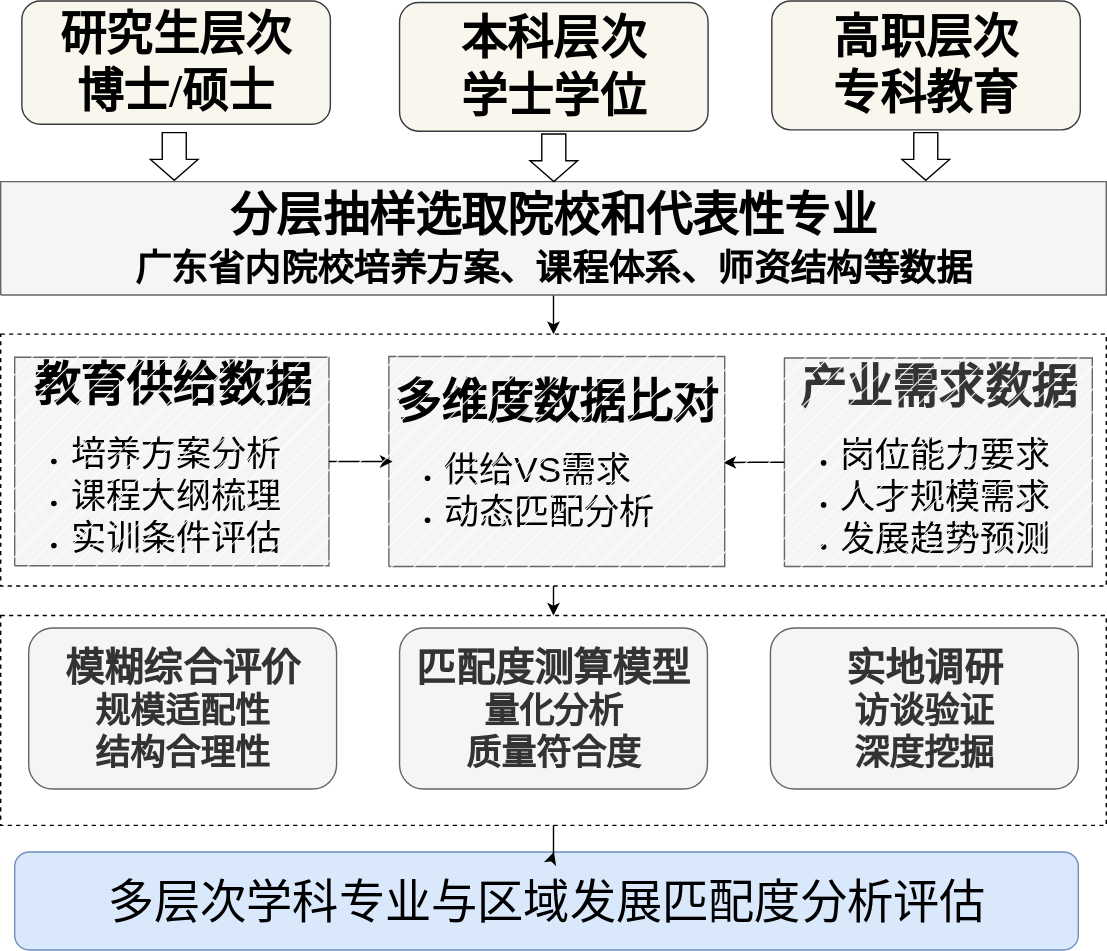
Before: 图5.drawio.svg, a diagram exported from draw.io (handsome-tony/picture). Source tidied: cells renumbered, new cells last; positions are measured from the earlier drawing's top-left corner, leaving out a move shared by most shapes.
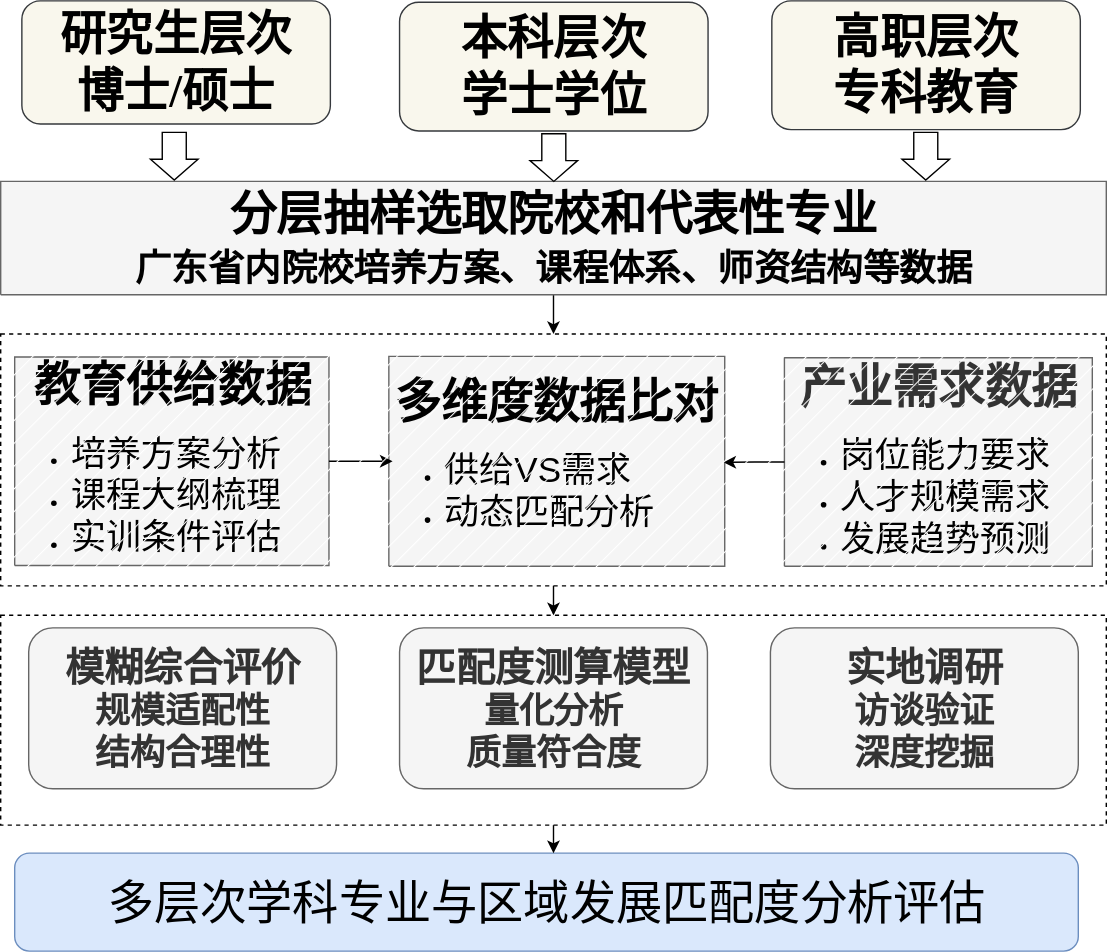
Later version of the same file.

What changed in the source:
```diff
@@ -39,7 +39,7 @@
       <mxGeometry x="550" y="448" width="220" height="115" as="geometry" />
     </mxCell>
     <mxCell id="14" value="&lt;span style=&quot;background-image: initial; background-position: initial; background-size: initial; background-repeat: initial; background-attachment: initial; background-origin: initial; background-clip: initial;&quot;&gt;&lt;font face=&quot;Helvetica&quot; style=&quot;font-size: 33px;&quot;&gt;多层次学科专业与区域发展匹配度分析评估&lt;/font&gt;&lt;/span&gt;" style="rounded=1;whiteSpace=wrap;html=1;fillColor=#dae8fc;strokeColor=#6c8ebf;" parent="1" vertex="1">
-      <mxGeometry x="10" y="608" width="760" height="70" as="geometry" />
+      <mxGeometry x="10" y="609" width="760" height="70" as="geometry" />
     </mxCell>
     <mxCell id="15" value="&lt;div&gt;&lt;span style=&quot;background-color: transparent; font-size: 33px;&quot;&gt;&lt;font face=&quot;SimSun&quot;&gt;&lt;b&gt;产业需求数据&lt;/b&gt;&lt;/font&gt;&lt;/span&gt;&lt;/div&gt;&lt;div&gt;&lt;ul style=&quot;font-size: 12px; color: rgb(0, 0, 0);&quot;&gt;&lt;li style=&quot;text-align: left;&quot;&gt;&lt;font style=&quot;font-size: 25px;&quot;&gt;岗位能力要求&lt;/font&gt;&lt;/li&gt;&lt;li style=&quot;text-align: left;&quot;&gt;&lt;font style=&quot;font-size: 25px;&quot;&gt;人才规模需求&lt;/font&gt;&lt;/li&gt;&lt;li style=&quot;text-align: left;&quot;&gt;&lt;font style=&quot;font-size: 25px;&quot;&gt;发展趋势预测&lt;/font&gt;&lt;/li&gt;&lt;/ul&gt;&lt;/div&gt;" style="verticalAlign=middle;align=center;overflow=width;vsdxID=4;fillColor=#f5f5f5;shape=(stored shape, 160 characters);strokeColor=#666666;spacingTop=-1;spacingBottom=-1;spacingLeft=-1;spacingRight=-1;points=[];labelBackgroundColor=none;rounded=0;html=1;whiteSpace=wrap;fontSize=28;fontColor=#333333;" parent="1" vertex="1">
       <mxGeometry x="560" y="255" width="220" height="149" as="geometry" />
@@ -62,7 +62,7 @@
     <mxCell id="21" style="rounded=0;whiteSpace=wrap;html=1;dashed=1;fillStyle=hatch;" parent="1" vertex="1">
       <mxGeometry y="238" width="790" height="180" as="geometry" />
     </mxCell>
-    <mxCell id="22" style="edgeStyle=orthogonalEdgeStyle;rounded=0;jettySize=auto;html=1;entryX=0.507;entryY=0;entryDx=0;entryDy=0;entryPerimeter=0;" parent="1" edge="1" source="2" target="14">
+    <mxCell id="22" style="edgeStyle=orthogonalEdgeStyle;rounded=0;jettySize=auto;html=1;entryX=0.506;entryY=0.014;entryDx=0;entryDy=0;entryPerimeter=0;" parent="1" edge="1" source="2" target="14">
       <mxGeometry relative="1" as="geometry" />
     </mxCell>
   </root>
```
